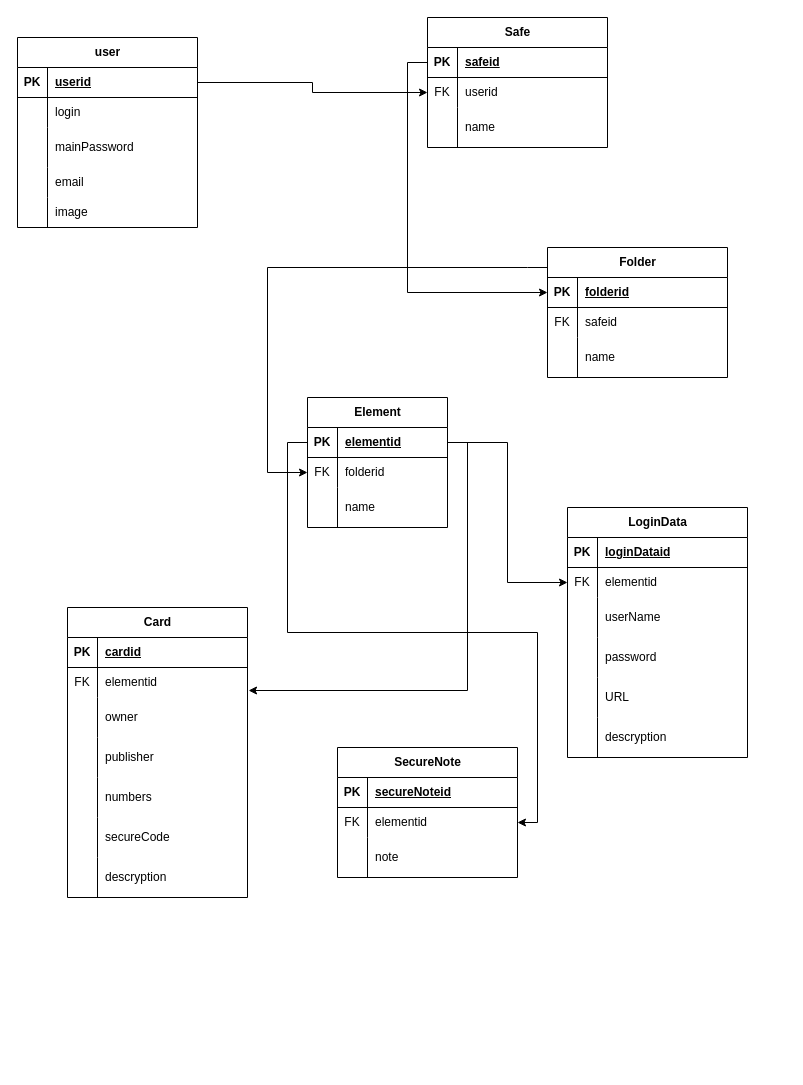
Earlier version of the draw.io diagram page "DatabaseStructure" (2 of 2) of Structure.drawio (aloix123/PasswordManager). Source tidied: cells renumbered, new cells numbered last; positions are measured from the earlier drawing's top-left corner, leaving out a move shared by most shapes. Both pictures are drawn from the tidied source at 100%, with x=0, y=0 at pixel (17, 17).
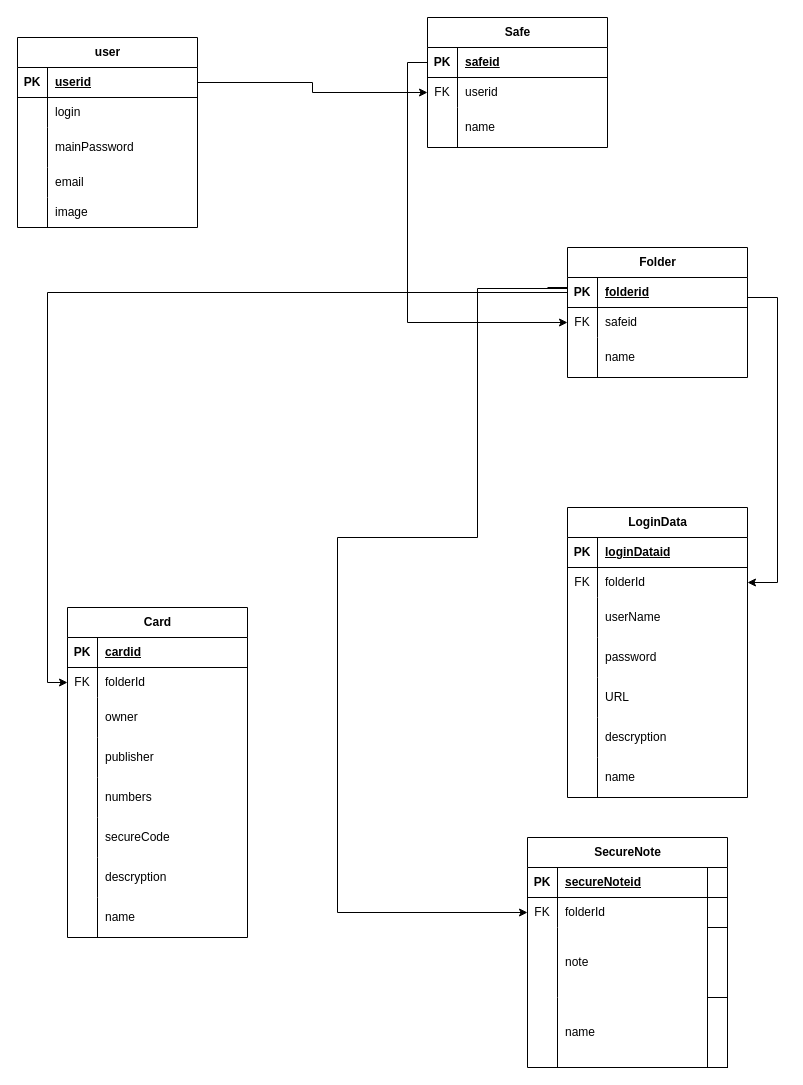
Above is the later version.

Unchanged cells that the change refers to:
```xml
<mxCell id="19" style="shape=tableRow;horizontal=0;startSize=0;swimlaneHead=0;swimlaneBody=0;fillColor=none;points=[[0,0.5],[1,0.5]];portConstraint=eastwest;top=0;left=0;right=0;bottom=1;" parent="18" vertex="1">
  <mxGeometry y="30" width="180" height="30" as="geometry" />
</mxCell>
<mxCell id="30" style="shape=tableRow;horizontal=0;startSize=0;swimlaneHead=0;swimlaneBody=0;fillColor=none;points=[[0,0.5],[1,0.5]];portConstraint=eastwest;top=0;left=0;right=0;bottom=1;" parent="29" vertex="1">
  <mxGeometry y="30" width="180" height="30" as="geometry" />
</mxCell>
<mxCell id="33" style="shape=tableRow;horizontal=0;startSize=0;swimlaneHead=0;swimlaneBody=0;fillColor=none;points=[[0,0.5],[1,0.5]];portConstraint=eastwest;top=0;left=0;right=0;bottom=0;" parent="29" vertex="1">
  <mxGeometry y="60" width="180" height="30" as="geometry" />
</mxCell>
<mxCell id="66" style="shape=tableRow;horizontal=0;startSize=0;swimlaneHead=0;swimlaneBody=0;fillColor=none;points=[[0,0.5],[1,0.5]];portConstraint=eastwest;top=0;left=0;right=0;bottom=0;" parent="62" vertex="1">
  <mxGeometry y="60" width="180" height="30" as="geometry" />
</mxCell>
<mxCell id="86" style="shape=tableRow;horizontal=0;startSize=0;swimlaneHead=0;swimlaneBody=0;fillColor=none;points=[[0,0.5],[1,0.5]];portConstraint=eastwest;top=0;left=0;right=0;bottom=0;" parent="82" vertex="1">
  <mxGeometry y="60" width="180" height="30" as="geometry" />
</mxCell>
```

The edit, as a diff of the source:
```diff
@@
     <mxCell id="29" value="Folder" style="shape=table;startSize=30;childLayout=tableLayout;rowLines=0;fontStyle=1;align=center;html=1;" parent="1" vertex="1">
-      <mxGeometry x="530" y="230" width="180" height="130" as="geometry" />
+      <mxGeometry x="550" y="230" width="180" height="130" as="geometry" />
     </mxCell>
@@
-    <mxCell id="39" style="edgeStyle=orthogonalEdgeStyle;rounded=0;jettySize=auto;html=1;exitX=0;exitY=0.5;exitDx=0;exitDy=0;entryX=0;entryY=0.5;entryDx=0;entryDy=0;" parent="1" edge="1" source="19" target="30">
+    <mxCell id="39" style="edgeStyle=orthogonalEdgeStyle;rounded=0;jettySize=auto;html=1;exitX=0;exitY=0.5;exitDx=0;exitDy=0;entryX=0;entryY=0.5;entryDx=0;entryDy=0;" parent="1" edge="1" source="19" target="33">
       <mxGeometry relative="1" as="geometry" />
     </mxCell>
-    <mxCell id="40" value="Element" style="shape=table;startSize=30;childLayout=tableLayout;rowLines=0;fontStyle=1;align=center;html=1;" parent="1" vertex="1">
-      <mxGeometry x="290" y="380" width="140" height="130" as="geometry" />
-    </mxCell>
-    <mxCell id="41" style="shape=tableRow;horizontal=0;startSize=0;swimlaneHead=0;swimlaneBody=0;fillColor=none;points=[[0,0.5],[1,0.5]];portConstraint=eastwest;top=0;left=0;right=0;bottom=1;" parent="40" vertex="1">
-      <mxGeometry y="30" width="140" height="30" as="geometry" />
-    </mxCell>
-    <mxCell id="42" value="PK" style="shape=partialRectangle;fillColor=none;top=0;left=0;bottom=0;right=0;fontStyle=1;overflow=hidden;whiteSpace=wrap;html=1;" parent="41" vertex="1">
-      <mxGeometry width="30" height="30" as="geometry" />
-    </mxCell>
-    <mxCell id="43" value="elementid" style="shape=partialRectangle;fillColor=none;top=0;left=0;bottom=0;right=0;align=left;spacingLeft=6;fontStyle=5;overflow=hidden;whiteSpace=wrap;html=1;" parent="41" vertex="1">
-      <mxGeometry x="30" width="110" height="30" as="geometry" />
-    </mxCell>
-    <mxCell id="44" style="shape=tableRow;horizontal=0;startSize=0;swimlaneHead=0;swimlaneBody=0;fillColor=none;points=[[0,0.5],[1,0.5]];portConstraint=eastwest;top=0;left=0;right=0;bottom=0;" parent="40" vertex="1">
-      <mxGeometry y="60" width="140" height="30" as="geometry" />
-    </mxCell>
-    <mxCell id="45" value="FK" style="shape=partialRectangle;fillColor=none;top=0;left=0;bottom=0;right=0;overflow=hidden;whiteSpace=wrap;html=1;" parent="44" vertex="1">
-      <mxGeometry width="30" height="30" as="geometry" />
-    </mxCell>
-    <mxCell id="46" value="folderid" style="shape=partialRectangle;fillColor=none;top=0;left=0;bottom=0;right=0;align=left;spacingLeft=6;overflow=hidden;whiteSpace=wrap;html=1;" parent="44" vertex="1">
-      <mxGeometry x="30" width="110" height="30" as="geometry" />
-    </mxCell>
-    <mxCell id="47" style="shape=tableRow;horizontal=0;startSize=0;swimlaneHead=0;swimlaneBody=0;fillColor=none;top=0;left=0;right=0;bottom=0;" parent="40" vertex="1">
-      <mxGeometry y="90" width="140" height="40" as="geometry" />
-    </mxCell>
-    <mxCell id="48" style="shape=partialRectangle;fillColor=none;top=0;left=0;bottom=0;right=0;overflow=hidden;whiteSpace=wrap;html=1;" parent="47" vertex="1">
-      <mxGeometry width="30" height="40" as="geometry" />
-    </mxCell>
-    <mxCell id="49" value="name" style="shape=partialRectangle;fillColor=none;top=0;left=0;bottom=0;right=0;align=left;spacingLeft=6;overflow=hidden;whiteSpace=wrap;html=1;" parent="47" vertex="1">
-      <mxGeometry x="30" width="110" height="40" as="geometry" />
-    </mxCell>
-    <mxCell id="50" style="edgeStyle=orthogonalEdgeStyle;rounded=0;jettySize=auto;html=1;exitX=0;exitY=0.5;exitDx=0;exitDy=0;entryX=0;entryY=0.5;entryDx=0;entryDy=0;" parent="1" edge="1" source="30" target="44">
-      <mxGeometry relative="1" as="geometry">
-        <Array as="points">
-          <mxPoint x="510" y="250" />
-          <mxPoint x="250" y="250" />
-          <mxPoint x="250" y="315" />
-        </Array>
-      </mxGeometry>
-    </mxCell>
-    <mxCell id="51" value="SecureNote" style="shape=table;startSize=30;childLayout=tableLayout;rowLines=0;fontStyle=1;align=center;html=1;" parent="1" vertex="1">
-      <mxGeometry x="320" y="730" width="180" height="130" as="geometry" />
-    </mxCell>
-    <mxCell id="52" style="shape=tableRow;horizontal=0;startSize=0;swimlaneHead=0;swimlaneBody=0;fillColor=none;top=0;left=0;right=0;bottom=1;" parent="51" vertex="1">
-      <mxGeometry y="30" width="180" height="30" as="geometry" />
-    </mxCell>
-    <mxCell id="53" value="PK" style="shape=partialRectangle;fillColor=none;top=0;left=0;bottom=0;right=0;fontStyle=1;overflow=hidden;whiteSpace=wrap;html=1;" parent="52" vertex="1">
-      <mxGeometry width="30" height="30" as="geometry" />
-    </mxCell>
-    <mxCell id="54" value="secureNoteid" style="shape=partialRectangle;fillColor=none;top=0;left=0;bottom=0;right=0;align=left;spacingLeft=6;fontStyle=5;overflow=hidden;whiteSpace=wrap;html=1;" parent="52" vertex="1">
-      <mxGeometry x="30" width="150" height="30" as="geometry" />
-    </mxCell>
-    <mxCell id="55" style="shape=tableRow;horizontal=0;startSize=0;swimlaneHead=0;swimlaneBody=0;fillColor=none;points=[[0,0.5],[1,0.5]];portConstraint=eastwest;top=0;left=0;right=0;bottom=0;" parent="51" vertex="1">
-      <mxGeometry y="60" width="180" height="30" as="geometry" />
-    </mxCell>
-    <mxCell id="56" value="FK" style="shape=partialRectangle;fillColor=none;top=0;left=0;bottom=0;right=0;overflow=hidden;whiteSpace=wrap;html=1;" parent="55" vertex="1">
-      <mxGeometry width="30" height="30" as="geometry" />
-    </mxCell>
-    <mxCell id="57" value="elementid" style="shape=partialRectangle;fillColor=none;top=0;left=0;bottom=0;right=0;align=left;spacingLeft=6;overflow=hidden;whiteSpace=wrap;html=1;" parent="55" vertex="1">
-      <mxGeometry x="30" width="150" height="30" as="geometry" />
-    </mxCell>
-    <mxCell id="58" style="shape=tableRow;horizontal=0;startSize=0;swimlaneHead=0;swimlaneBody=0;fillColor=none;top=0;left=0;right=0;bottom=0;" parent="51" vertex="1">
-      <mxGeometry y="90" width="180" height="40" as="geometry" />
-    </mxCell>
-    <mxCell id="59" style="shape=partialRectangle;fillColor=none;top=0;left=0;bottom=0;right=0;overflow=hidden;whiteSpace=wrap;html=1;" parent="58" vertex="1">
-      <mxGeometry width="30" height="40" as="geometry" />
-    </mxCell>
-    <mxCell id="60" value="note" style="shape=partialRectangle;fillColor=none;top=0;left=0;bottom=0;right=0;align=left;spacingLeft=6;overflow=hidden;whiteSpace=wrap;html=1;" parent="58" vertex="1">
-      <mxGeometry x="30" width="150" height="40" as="geometry" />
-    </mxCell>
-    <mxCell id="61" style="edgeStyle=orthogonalEdgeStyle;rounded=0;jettySize=auto;html=1;exitX=0;exitY=0.5;exitDx=0;exitDy=0;entryX=1;entryY=0.5;entryDx=0;entryDy=0;" parent="1" edge="1" source="41" target="55">
-      <mxGeometry relative="1" as="geometry" />
-    </mxCell>
     <mxCell id="62" value="LoginData" style="shape=table;startSize=30;childLayout=tableLayout;rowLines=0;fontStyle=1;align=center;html=1;" parent="1" vertex="1">
-      <mxGeometry x="550" y="490" width="180" height="250" as="geometry" />
+      <mxGeometry x="550" y="490" width="180" height="290" as="geometry" />
     </mxCell>
@@
-    <mxCell id="68" value="elementid" style="shape=partialRectangle;fillColor=none;top=0;left=0;bottom=0;right=0;align=left;spacingLeft=6;overflow=hidden;whiteSpace=wrap;html=1;" parent="66" vertex="1">
+    <mxCell id="68" value="folderId" style="shape=partialRectangle;fillColor=none;top=0;left=0;bottom=0;right=0;align=left;spacingLeft=6;overflow=hidden;whiteSpace=wrap;html=1;" parent="66" vertex="1">
       <mxGeometry x="30" width="150" height="30" as="geometry" />
     </mxCell>
@@
-    <mxCell id="81" style="edgeStyle=orthogonalEdgeStyle;rounded=0;jettySize=auto;html=1;exitX=1;exitY=0.5;exitDx=0;exitDy=0;" parent="1" edge="1" source="41" target="66">
-      <mxGeometry relative="1" as="geometry" />
-    </mxCell>
+    <mxCell id="105" style="shape=tableRow;horizontal=0;startSize=0;swimlaneHead=0;swimlaneBody=0;fillColor=none;top=0;left=0;right=0;bottom=0;" parent="62" vertex="1">
+      <mxGeometry y="250" width="180" height="40" as="geometry" />
+    </mxCell>
+    <mxCell id="106" style="shape=partialRectangle;fillColor=none;top=0;left=0;bottom=0;right=0;overflow=hidden;whiteSpace=wrap;html=1;" parent="105" vertex="1">
+      <mxGeometry width="30" height="40" as="geometry" />
+    </mxCell>
+    <mxCell id="107" value="name" style="shape=partialRectangle;fillColor=none;top=0;left=0;bottom=0;right=0;align=left;spacingLeft=6;overflow=hidden;whiteSpace=wrap;html=1;" parent="105" vertex="1">
+      <mxGeometry x="30" width="150" height="40" as="geometry" />
+    </mxCell>
     <mxCell id="82" value="Card" style="shape=table;startSize=30;childLayout=tableLayout;rowLines=0;fontStyle=1;align=center;html=1;" parent="1" vertex="1">
-      <mxGeometry x="50" y="590" width="180" height="290" as="geometry" />
+      <mxGeometry x="50" y="590" width="180" height="330" as="geometry" />
     </mxCell>
@@
-    <mxCell id="88" value="elementid" style="shape=partialRectangle;fillColor=none;top=0;left=0;bottom=0;right=0;align=left;spacingLeft=6;overflow=hidden;whiteSpace=wrap;html=1;" parent="86" vertex="1">
+    <mxCell id="88" value="folderId" style="shape=partialRectangle;fillColor=none;top=0;left=0;bottom=0;right=0;align=left;spacingLeft=6;overflow=hidden;whiteSpace=wrap;html=1;" parent="86" vertex="1">
       <mxGeometry x="30" width="150" height="30" as="geometry" />
     </mxCell>
@@
-    <mxCell id="104" style="edgeStyle=orthogonalEdgeStyle;rounded=0;jettySize=auto;html=1;exitX=1;exitY=0.5;exitDx=0;exitDy=0;entryX=1.006;entryY=0.767;entryDx=0;entryDy=0;entryPerimeter=0;" parent="1" edge="1" source="41" target="86">
-      <mxGeometry relative="1" as="geometry" />
-    </mxCell>
+    <mxCell id="108" style="shape=tableRow;horizontal=0;startSize=0;swimlaneHead=0;swimlaneBody=0;fillColor=none;top=0;left=0;right=0;bottom=0;" parent="82" vertex="1">
+      <mxGeometry y="290" width="180" height="40" as="geometry" />
+    </mxCell>
+    <mxCell id="109" style="shape=partialRectangle;fillColor=none;top=0;left=0;bottom=0;right=0;overflow=hidden;whiteSpace=wrap;html=1;" parent="108" vertex="1">
+      <mxGeometry width="30" height="40" as="geometry" />
+    </mxCell>
+    <mxCell id="110" value="name" style="shape=partialRectangle;fillColor=none;top=0;left=0;bottom=0;right=0;align=left;spacingLeft=6;overflow=hidden;whiteSpace=wrap;html=1;" parent="108" vertex="1">
+      <mxGeometry x="30" width="150" height="40" as="geometry" />
+    </mxCell>
+    <mxCell id="111" style="edgeStyle=orthogonalEdgeStyle;rounded=0;jettySize=auto;html=1;entryX=0;entryY=0.5;entryDx=0;entryDy=0;" parent="1" edge="1" source="30" target="86">
+      <mxGeometry relative="1" as="geometry" />
+    </mxCell>
+    <mxCell id="112" style="edgeStyle=orthogonalEdgeStyle;rounded=0;jettySize=auto;html=1;entryX=0;entryY=0.5;entryDx=0;entryDy=0;" parent="1" edge="1" target="55">
+      <mxGeometry relative="1" as="geometry">
+        <mxPoint x="530" y="270" as="sourcePoint" />
+        <Array as="points">
+          <mxPoint x="550" y="270" />
+          <mxPoint x="550" y="271" />
+          <mxPoint x="460" y="271" />
+          <mxPoint x="460" y="520" />
+          <mxPoint x="320" y="520" />
+        </Array>
+      </mxGeometry>
+    </mxCell>
+    <mxCell id="113" style="edgeStyle=orthogonalEdgeStyle;rounded=0;jettySize=auto;html=1;entryX=1;entryY=0.5;entryDx=0;entryDy=0;" parent="1" edge="1" source="30" target="66">
+      <mxGeometry relative="1" as="geometry">
+        <Array as="points">
+          <mxPoint x="760" y="280" />
+          <mxPoint x="760" y="565" />
+        </Array>
+      </mxGeometry>
+    </mxCell>
+    <mxCell id="51" value="SecureNote" style="shape=table;startSize=30;childLayout=tableLayout;rowLines=0;fontStyle=1;align=center;html=1;" parent="1" vertex="1">
+      <mxGeometry x="510" y="820" width="200" height="230" as="geometry" />
+    </mxCell>
+    <mxCell id="52" style="shape=tableRow;horizontal=0;startSize=0;swimlaneHead=0;swimlaneBody=0;fillColor=none;top=0;left=0;right=0;bottom=1;" parent="51" vertex="1">
+      <mxGeometry y="30" width="200" height="30" as="geometry" />
+    </mxCell>
+    <mxCell id="53" value="PK" style="shape=partialRectangle;fillColor=none;top=0;left=0;bottom=0;right=0;fontStyle=1;overflow=hidden;whiteSpace=wrap;html=1;" parent="52" vertex="1">
+      <mxGeometry width="30" height="30" as="geometry" />
+    </mxCell>
+    <mxCell id="54" value="secureNoteid" style="shape=partialRectangle;fillColor=none;top=0;left=0;bottom=0;right=0;align=left;spacingLeft=6;fontStyle=5;overflow=hidden;whiteSpace=wrap;html=1;" parent="52" vertex="1">
+      <mxGeometry x="30" width="170" height="30" as="geometry" />
+    </mxCell>
+    <mxCell id="55" style="shape=tableRow;horizontal=0;startSize=0;swimlaneHead=0;swimlaneBody=0;fillColor=none;points=[[0,0.5],[1,0.5]];portConstraint=eastwest;top=0;left=0;right=0;bottom=0;" parent="51" vertex="1">
+      <mxGeometry y="60" width="200" height="30" as="geometry" />
+    </mxCell>
+    <mxCell id="56" value="FK" style="shape=partialRectangle;fillColor=none;top=0;left=0;bottom=0;right=0;overflow=hidden;whiteSpace=wrap;html=1;" parent="55" vertex="1">
+      <mxGeometry width="30" height="30" as="geometry" />
+    </mxCell>
+    <mxCell id="57" value="folderId" style="shape=partialRectangle;fillColor=none;top=0;left=0;bottom=0;right=0;align=left;spacingLeft=6;overflow=hidden;whiteSpace=wrap;html=1;" parent="55" vertex="1">
+      <mxGeometry x="30" width="170" height="30" as="geometry" />
+    </mxCell>
+    <mxCell id="58" style="shape=tableRow;horizontal=0;startSize=0;swimlaneHead=0;swimlaneBody=0;fillColor=none;top=0;left=0;right=0;bottom=0;" parent="51" vertex="1">
+      <mxGeometry y="90" width="200" height="70" as="geometry" />
+    </mxCell>
+    <mxCell id="59" style="shape=partialRectangle;fillColor=none;top=0;left=0;bottom=0;right=0;overflow=hidden;whiteSpace=wrap;html=1;" parent="58" vertex="1">
+      <mxGeometry width="30" height="70" as="geometry" />
+    </mxCell>
+    <mxCell id="60" value="note" style="shape=partialRectangle;fillColor=none;top=0;left=0;bottom=0;right=0;align=left;spacingLeft=6;overflow=hidden;whiteSpace=wrap;html=1;" parent="58" vertex="1">
+      <mxGeometry x="30" width="150" height="70" as="geometry" />
+    </mxCell>
+    <mxCell id="114" style="whiteSpace=wrap;html=1;startSize=30;fontStyle=1;" parent="58" vertex="1">
+      <mxGeometry x="180" width="20" height="70" as="geometry" />
+    </mxCell>
+    <mxCell id="115" style="shape=tableRow;horizontal=0;startSize=0;swimlaneHead=0;swimlaneBody=0;fillColor=none;top=0;left=0;right=0;bottom=0;" parent="51" vertex="1">
+      <mxGeometry y="160" width="200" height="70" as="geometry" />
+    </mxCell>
+    <mxCell id="116" style="shape=partialRectangle;fillColor=none;top=0;left=0;bottom=0;right=0;overflow=hidden;whiteSpace=wrap;html=1;" parent="115" vertex="1">
+      <mxGeometry width="30" height="70" as="geometry" />
+    </mxCell>
+    <mxCell id="117" value="name" style="shape=partialRectangle;fillColor=none;top=0;left=0;bottom=0;right=0;align=left;spacingLeft=6;overflow=hidden;whiteSpace=wrap;html=1;" parent="115" vertex="1">
+      <mxGeometry x="30" width="150" height="70" as="geometry" />
+    </mxCell>
+    <mxCell id="118" style="whiteSpace=wrap;html=1;startSize=30;fontStyle=1;" parent="115" vertex="1">
+      <mxGeometry x="180" width="20" height="70" as="geometry" />
+    </mxCell>
```
